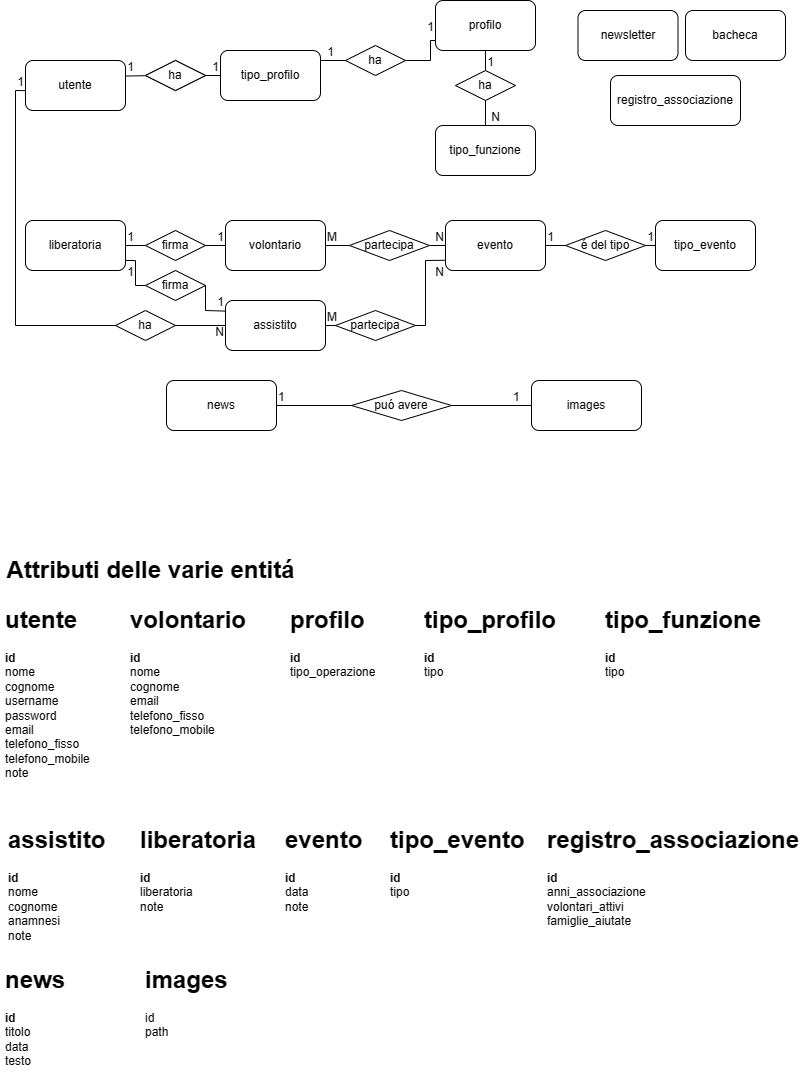
The draw.io diagram db/SchemaER.drawio.png in Antonio-Bellini/MATURITA-, before a commit. Source tidied: cells renumbered, new cells last; positions are measured from the earlier drawing's top-left corner, leaving out a move shared by most shapes.
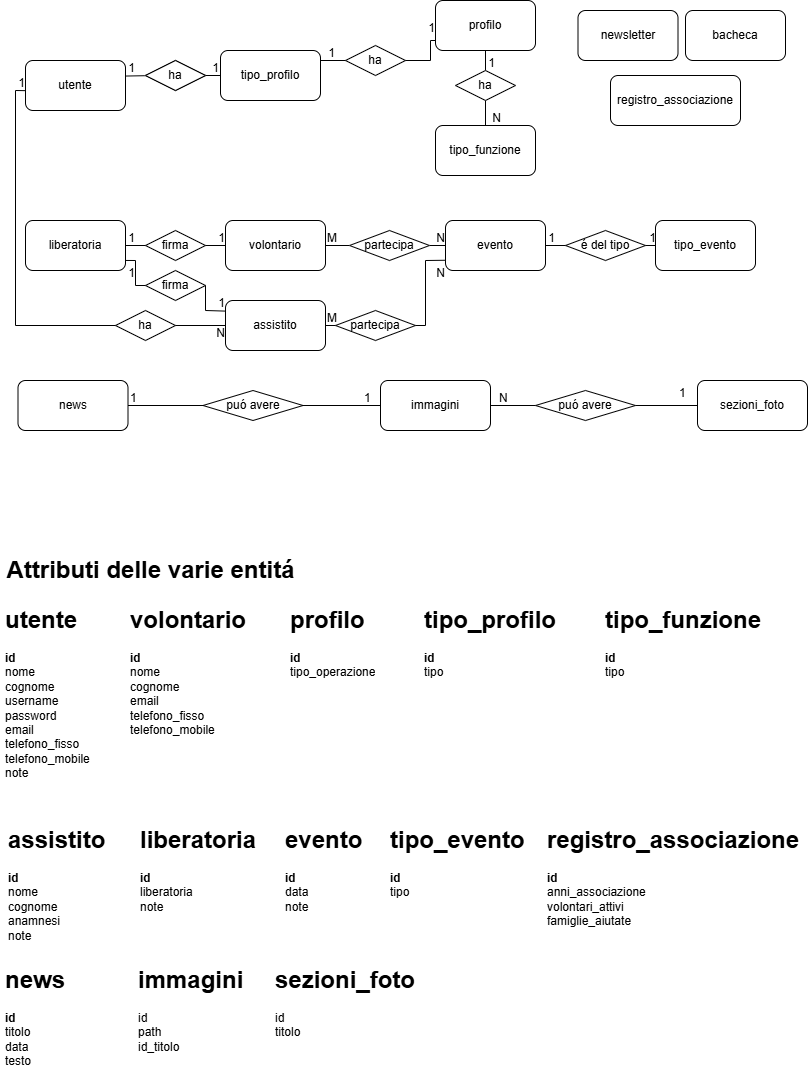
Later version of the same file.

Commit message:
nuovo export del db; nuovo schema concettuale; nuovo schema logico

Change to the diagram source:
```diff
@@ -229,16 +229,16 @@
       <mxGeometry x="542" y="820" width="265" height="120" as="geometry" />
     </mxCell>
     <mxCell id="67" value="news" style="rounded=1;whiteSpace=wrap;html=1;labelBackgroundColor=none;" parent="1" vertex="1">
-      <mxGeometry x="166" y="380" width="110" height="50" as="geometry" />
+      <mxGeometry x="17.5" y="380" width="110" height="50" as="geometry" />
     </mxCell>
     <mxCell id="68" value="&lt;h1&gt;news&lt;/h1&gt;&lt;div&gt;&lt;b&gt;id&lt;/b&gt;&lt;/div&gt;&lt;div&gt;&lt;span style=&quot;background-color: initial;&quot;&gt;titolo&lt;/span&gt;&lt;br&gt;&lt;/div&gt;&lt;div&gt;data&lt;/div&gt;&lt;div&gt;testo&lt;/div&gt;" style="text;html=1;spacing=5;spacingTop=-20;whiteSpace=wrap;overflow=hidden;rounded=0;labelBackgroundColor=none;" parent="1" vertex="1">
       <mxGeometry y="960" width="110" height="130" as="geometry" />
     </mxCell>
-    <mxCell id="69" value="images" style="rounded=1;whiteSpace=wrap;html=1;labelBackgroundColor=none;" parent="1" vertex="1">
-      <mxGeometry x="531" y="380" width="110" height="50" as="geometry" />
+    <mxCell id="69" value="immagini" style="rounded=1;whiteSpace=wrap;html=1;labelBackgroundColor=none;" parent="1" vertex="1">
+      <mxGeometry x="380" y="380" width="110" height="50" as="geometry" />
     </mxCell>
     <mxCell id="70" value="puó avere" style="shape=rhombus;perimeter=rhombusPerimeter;whiteSpace=wrap;html=1;align=center;labelBackgroundColor=none;" parent="1" vertex="1">
-      <mxGeometry x="351" y="390" width="100" height="30" as="geometry" />
+      <mxGeometry x="202.5" y="390" width="100" height="30" as="geometry" />
     </mxCell>
     <mxCell id="71" style="endArrow=none;html=1;rounded=0;exitX=1;exitY=0.5;exitDx=0;exitDy=0;entryX=0;entryY=0.5;entryDx=0;entryDy=0;labelBackgroundColor=none;fontColor=default;" parent="1" edge="1" source="67" target="70">
       <mxGeometry relative="1" as="geometry" />
@@ -254,8 +254,33 @@
         <mxPoint x="60" as="offset" />
       </mxGeometry>
     </mxCell>
-    <mxCell id="75" value="&lt;h1&gt;&lt;b style=&quot;background-color: initial;&quot;&gt;images&lt;/b&gt;&lt;br&gt;&lt;/h1&gt;&lt;div&gt;id&lt;/div&gt;&lt;div&gt;path&lt;/div&gt;" style="text;html=1;spacing=5;spacingTop=-20;whiteSpace=wrap;overflow=hidden;rounded=0;labelBackgroundColor=none;" parent="1" vertex="1">
-      <mxGeometry x="140" y="960" width="110" height="130" as="geometry" />
+    <mxCell id="75" value="&lt;h1&gt;&lt;b style=&quot;background-color: initial;&quot;&gt;immagini&lt;/b&gt;&lt;br&gt;&lt;/h1&gt;&lt;div&gt;id&lt;/div&gt;&lt;div&gt;path&lt;/div&gt;&lt;div&gt;id_titolo&lt;/div&gt;" style="text;html=1;spacing=5;spacingTop=-20;whiteSpace=wrap;overflow=hidden;rounded=0;labelBackgroundColor=none;" parent="1" vertex="1">
+      <mxGeometry x="132.5" y="960" width="117.5" height="130" as="geometry" />
     </mxCell>
+    <mxCell id="76" value="puó avere" style="shape=rhombus;perimeter=rhombusPerimeter;whiteSpace=wrap;html=1;align=center;labelBackgroundColor=none;" parent="1" vertex="1">
+      <mxGeometry x="535" y="390" width="100" height="30" as="geometry" />
+    </mxCell>
+    <mxCell id="77" value="1" style="html=1;whiteSpace=wrap;align=left;verticalAlign=bottom;labelBackgroundColor=none;" parent="1" vertex="1">
+      <mxGeometry x="677.5" y="400" as="geometry" />
+    </mxCell>
+    <mxCell id="78" style="endArrow=none;html=1;rounded=0;exitX=1;exitY=0.5;exitDx=0;exitDy=0;entryX=0;entryY=0.5;entryDx=0;entryDy=0;labelBackgroundColor=none;fontColor=default;" parent="1" edge="1" source="69">
+      <mxGeometry relative="1" as="geometry">
+        <mxPoint x="535" y="405" as="targetPoint" />
+      </mxGeometry>
+    </mxCell>
+    <mxCell id="79" value="N" style="html=1;whiteSpace=wrap;align=left;verticalAlign=bottom;labelBackgroundColor=none;" parent="78" vertex="1">
+      <mxGeometry x="-1" relative="1" as="geometry">
+        <mxPoint x="7" as="offset" />
+      </mxGeometry>
+    </mxCell>
+    <mxCell id="80" value="sezioni_foto" style="rounded=1;whiteSpace=wrap;html=1;labelBackgroundColor=none;" parent="1" vertex="1">
+      <mxGeometry x="697" y="380" width="110" height="50" as="geometry" />
+    </mxCell>
+    <mxCell id="81" style="endArrow=none;html=1;rounded=0;exitX=1;exitY=0.5;exitDx=0;exitDy=0;entryX=0;entryY=0.5;entryDx=0;entryDy=0;labelBackgroundColor=none;fontColor=default;" parent="1" edge="1" source="76" target="80">
+      <mxGeometry relative="1" as="geometry" />
+    </mxCell>
+    <mxCell id="82" value="&lt;h1&gt;sezioni_foto&lt;/h1&gt;&lt;div&gt;id&lt;/div&gt;&lt;div&gt;titolo&lt;/div&gt;" style="text;html=1;spacing=5;spacingTop=-20;whiteSpace=wrap;overflow=hidden;rounded=0;labelBackgroundColor=none;" parent="1" vertex="1">
+      <mxGeometry x="270" y="960" width="160" height="130" as="geometry" />
+    </mxCell>
   </root>
 </mxGraphModel>
```
